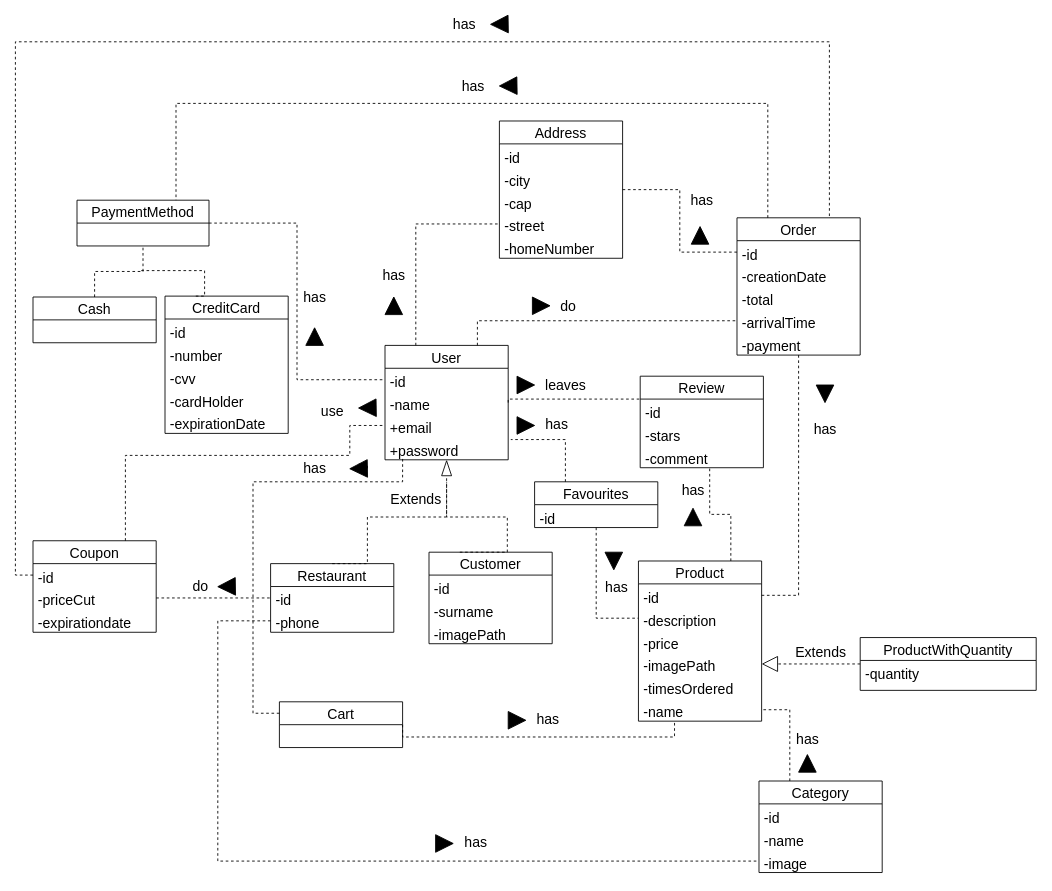
The draw.io diagram documentazione/Diagrammi/class domain.drawio in Flacaro/TasteIt, before the edit. Source tidied: cells renumbered, new cells numbered last; positions are measured from the earlier drawing's top-left corner, leaving out a move shared by most shapes. Both pictures are drawn from the tidied source at 88%, with x=0, y=0 at pixel (15, 15).
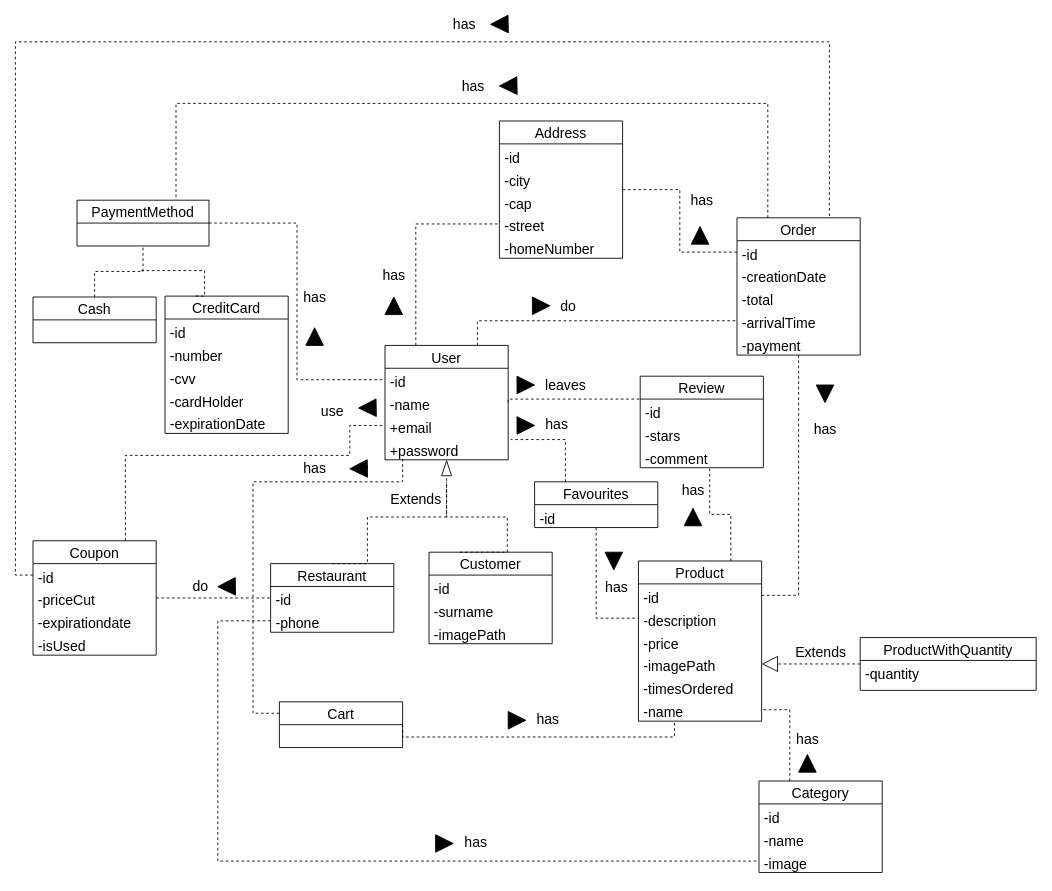
Above is the later version.

Commit message (it also covers changes not shown here):
aggiunto isUsed a coupon

Diff of the diagram source:
```diff
@@
     <mxCell id="93" value="Coupon" style="swimlane;fontStyle=0;horizontal=1;startSize=26;fillColor=none;fontSize=16;" parent="1" vertex="1">
-      <mxGeometry x="20" y="597" width="140" height="104" as="geometry" />
+      <mxGeometry x="20" y="597" width="140" height="130" as="geometry" />
     </mxCell>
@@
+    <mxCell id="117" value="-expirationdate" style="text;strokeColor=none;fillColor=none;align=left;verticalAlign=top;spacingLeft=4;spacingRight=4;overflow=hidden;fontSize=16;" parent="93" vertex="1">
+      <mxGeometry y="78" width="140" height="26" as="geometry" />
+    </mxCell>
-    <mxCell id="96" value="-expirationdate" style="text;strokeColor=none;fillColor=none;align=left;verticalAlign=top;spacingLeft=4;spacingRight=4;overflow=hidden;fontSize=16;" parent="93" vertex="1">
-      <mxGeometry y="78" width="140" height="26" as="geometry" />
+    <mxCell id="96" value="-isUsed" style="text;strokeColor=none;fillColor=none;align=left;verticalAlign=top;spacingLeft=4;spacingRight=4;overflow=hidden;fontSize=16;" parent="93" vertex="1">
+      <mxGeometry y="104" width="140" height="26" as="geometry" />
     </mxCell>
```
